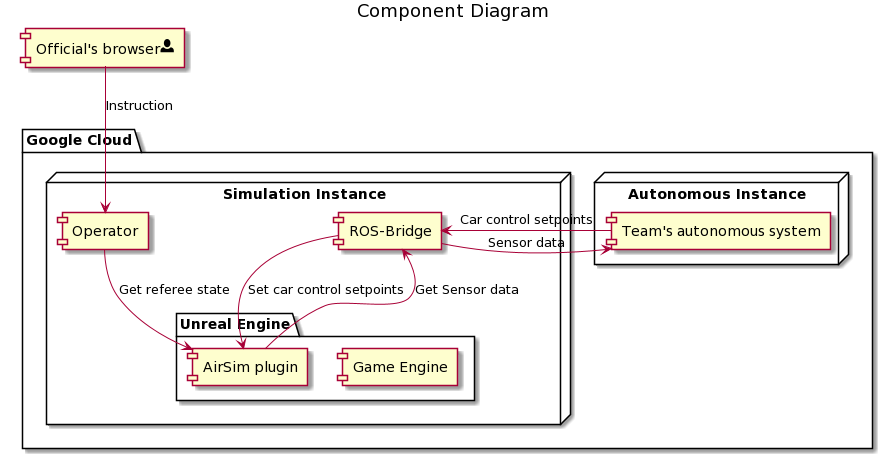
Above: docs/images/system-overview.png in FS-Driverless/Formula-Student-Driverless-Simulator (PlantUML), before the change.
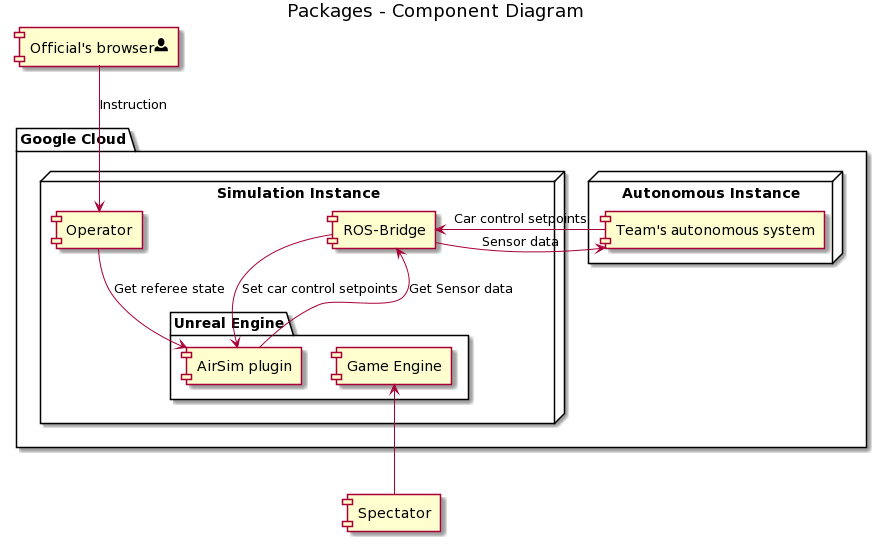
Later version of the same file.

Commit message:
Write spectator docs

Change to the diagram source:
```diff
@@ -1,5 +1,5 @@
 @startuml
-title Component Diagram
+title Packages - Component Diagram
 
 package "Google Cloud" {
     node "Autonomous Instance" {
@@ -22,8 +22,12 @@
 
     [AS] -right-> [ROS-Bridge] : Car control setpoints
     [ROS-Bridge] -left-> [AS] : Sensor data
+
+
 }
 
 [Official's browser<size:20><&person></size>] as official
 [official] -down-> [Operator] : Instruction
+
+[Spectator] -up-> [Game Engine]
 @enduml
```
